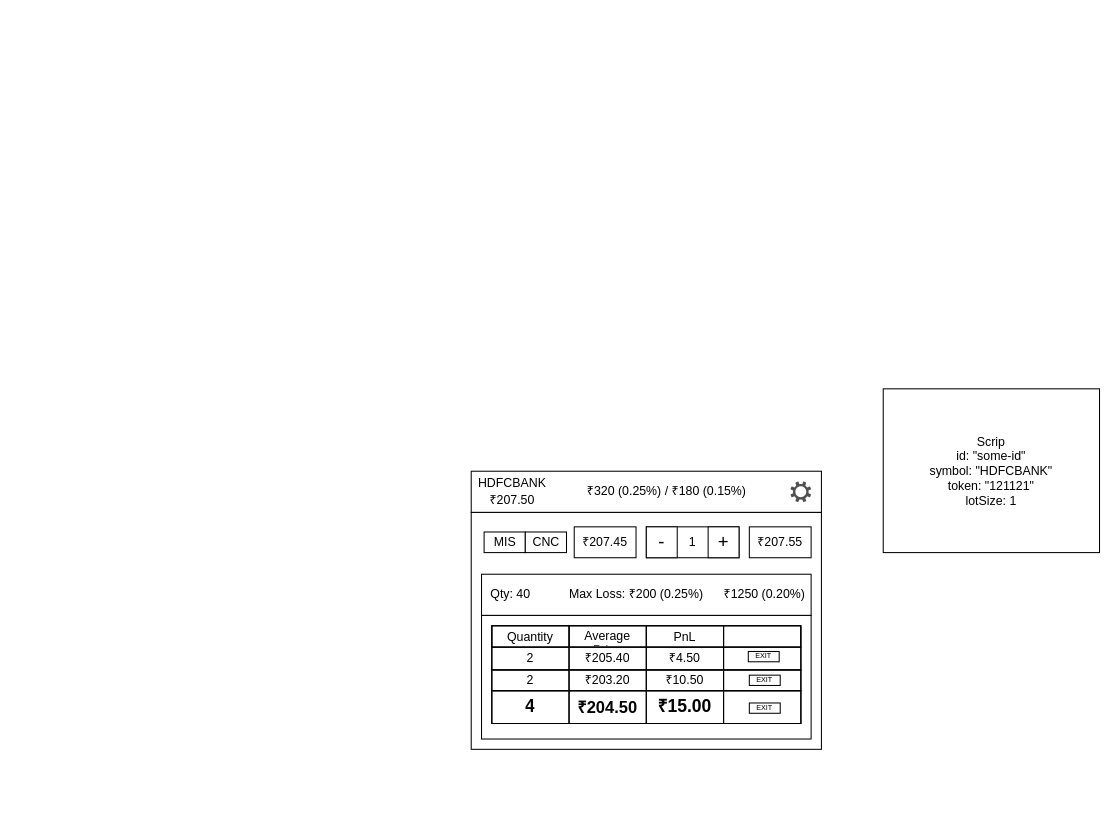
Earlier version of the draw.io diagram freely-busy.drawio (appsparkler/draw.io). Source tidied: cells renumbered, new cells numbered last; positions are measured from the earlier drawing's top-left corner, leaving out a move shared by most shapes. Both pictures are drawn from the tidied source at 103%, with x=0, y=0 at pixel (471, 388).
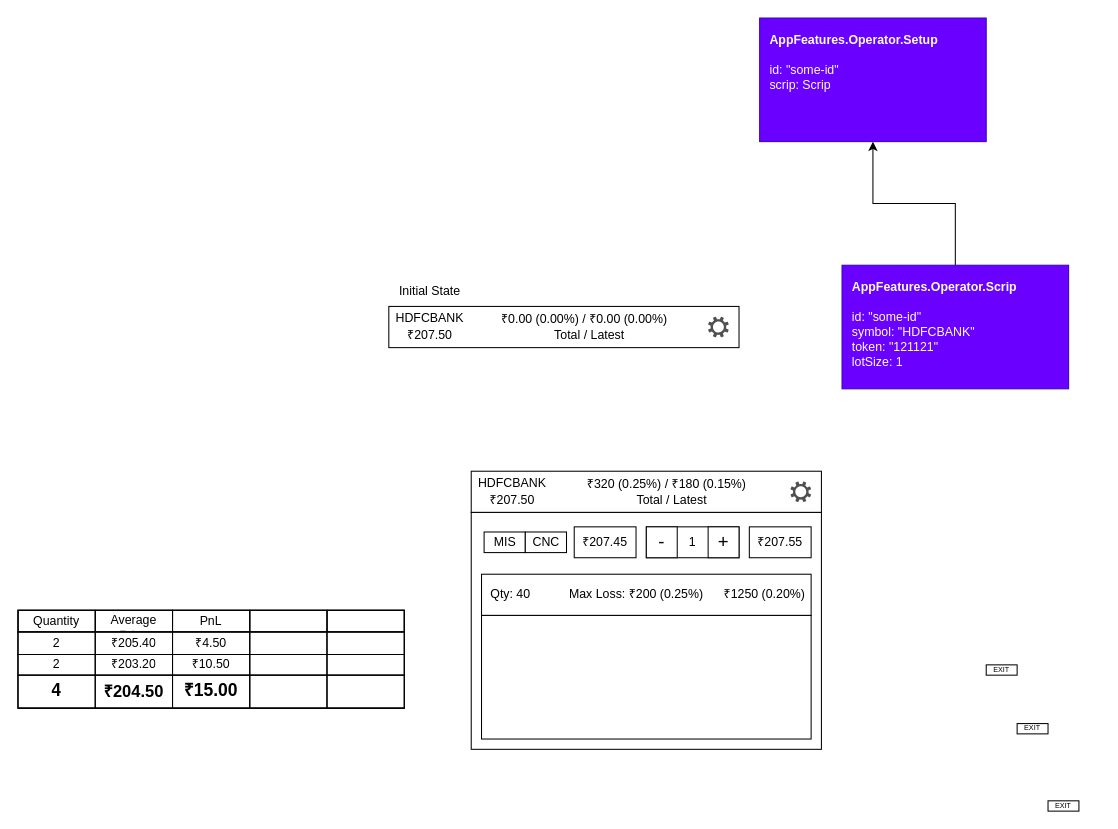
The same diagram, later.

The edit, as a diff of the source:
```diff
@@
     <mxCell id="5" value="&lt;span style=&quot;color: light-dark(rgb(0, 0, 0), rgb(0, 255, 128));&quot;&gt;₹320 (0.25%)&lt;/span&gt; &lt;span style=&quot;color: light-dark(rgb(0, 0, 0), rgb(153, 153, 153));&quot;&gt;/&lt;/span&gt; &lt;span style=&quot;color: light-dark(rgb(0, 0, 0), rgb(255, 0, 0));&quot;&gt;₹180 (0.15%)&lt;/span&gt;" style="text;html=1;whiteSpace=wrap;strokeColor=none;fillColor=none;align=center;verticalAlign=middle;rounded=0;" parent="1" vertex="1">
-      <mxGeometry x="100" y="90" width="180" height="20" as="geometry" />
+      <mxGeometry x="100" y="83" width="180" height="20" as="geometry" />
     </mxCell>
@@
     <mxCell id="20" style="shape=table;startSize=0;childLayout=tableLayout;fixedHeader=1;tableRender=collapsed;" parent="1" vertex="1">
-      <mxGeometry x="20" y="230" width="300" height="95" as="geometry" />
+      <mxGeometry x="-440" y="215" width="375" height="95" as="geometry" />
     </mxCell>
     <mxCell id="21" style="shape=tableRow;horizontal=0;startSize=0;swimlaneHead=0;swimlaneBody=0;strokeColor=inherit;fillColor=none;fixedHeader=1;" parent="20" vertex="1">
-      <mxGeometry width="300" height="21" as="geometry" />
+      <mxGeometry width="375" height="21" as="geometry" />
     </mxCell>
@@
+    <mxCell id="45" style="shape=partialRectangle;html=1;whiteSpace=wrap;strokeColor=inherit;overflow=hidden;fillColor=none;" parent="21" vertex="1">
+      <mxGeometry x="225" width="75" height="21" as="geometry" />
+    </mxCell>
     <mxCell id="25" style="shape=partialRectangle;html=1;whiteSpace=wrap;strokeColor=inherit;overflow=hidden;fillColor=none;" parent="21" vertex="1">
-      <mxGeometry x="225" width="75" height="21" as="geometry" />
+      <mxGeometry x="300" width="75" height="21" as="geometry" />
     </mxCell>
     <mxCell id="26" style="shape=tableRow;horizontal=0;startSize=0;swimlaneHead=0;swimlaneBody=0;strokeColor=inherit;fillColor=none;fixedHeader=1;" parent="20" vertex="1">
-      <mxGeometry y="21" width="300" height="22" as="geometry" />
+      <mxGeometry y="21" width="375" height="22" as="geometry" />
     </mxCell>
@@
+    <mxCell id="46" style="shape=partialRectangle;html=1;whiteSpace=wrap;strokeColor=inherit;overflow=hidden;fillColor=light-dark(#FFFFFF40,#3399FF);" parent="26" vertex="1">
+      <mxGeometry x="225" width="75" height="22" as="geometry" />
+    </mxCell>
     <mxCell id="30" style="shape=partialRectangle;html=1;whiteSpace=wrap;strokeColor=inherit;overflow=hidden;fillColor=light-dark(#FFFFFF40,#3399FF);" parent="26" vertex="1">
-      <mxGeometry x="225" width="75" height="22" as="geometry" />
+      <mxGeometry x="300" width="75" height="22" as="geometry" />
     </mxCell>
     <mxCell id="31" style="shape=tableRow;horizontal=0;startSize=0;swimlaneHead=0;swimlaneBody=0;strokeColor=inherit;fillColor=none;fixedHeader=1;" parent="20" vertex="1">
-      <mxGeometry y="43" width="300" height="20" as="geometry" />
+      <mxGeometry y="43" width="375" height="20" as="geometry" />
     </mxCell>
@@
+    <mxCell id="47" style="shape=partialRectangle;html=1;whiteSpace=wrap;strokeColor=inherit;overflow=hidden;fillColor=light-dark(#FFFFFF40,#3399FF);" parent="31" vertex="1">
+      <mxGeometry x="225" width="75" height="20" as="geometry" />
+    </mxCell>
     <mxCell id="35" style="shape=partialRectangle;html=1;whiteSpace=wrap;strokeColor=inherit;overflow=hidden;fillColor=light-dark(#FFFFFF40,#3399FF);" parent="31" vertex="1">
-      <mxGeometry x="225" width="75" height="20" as="geometry" />
+      <mxGeometry x="300" width="75" height="20" as="geometry" />
     </mxCell>
     <mxCell id="36" style="shape=tableRow;horizontal=0;startSize=0;swimlaneHead=0;swimlaneBody=0;strokeColor=inherit;fillColor=none;fixedHeader=1;" parent="20" vertex="1">
-      <mxGeometry y="63" width="300" height="32" as="geometry" />
+      <mxGeometry y="63" width="375" height="32" as="geometry" />
     </mxCell>
@@
+    <mxCell id="48" style="shape=partialRectangle;html=1;whiteSpace=wrap;strokeColor=inherit;overflow=hidden;fillColor=light-dark(#FFFFFF40,#3399FF);fontSize=17;fontStyle=1;" parent="36" vertex="1">
+      <mxGeometry x="225" width="75" height="32" as="geometry" />
+    </mxCell>
     <mxCell id="40" style="shape=partialRectangle;html=1;whiteSpace=wrap;strokeColor=inherit;overflow=hidden;fillColor=light-dark(#FFFFFF40,#3399FF);" parent="36" vertex="1">
-      <mxGeometry x="225" width="75" height="32" as="geometry" />
+      <mxGeometry x="300" width="75" height="32" as="geometry" />
     </mxCell>
     <mxCell id="41" value="EXIT" style="whiteSpace=wrap;html=1;fillColor=light-dark(#FFFFFF,#FF3333);fontSize=7;" parent="1" vertex="1">
-      <mxGeometry x="269" y="255" width="30" height="10" as="geometry" />
+      <mxGeometry x="500" y="268" width="30" height="10" as="geometry" />
     </mxCell>
     <mxCell id="42" value="EXIT" style="whiteSpace=wrap;html=1;fillColor=light-dark(#FFFFFF,#FF3333);fontSize=7;" parent="1" vertex="1">
-      <mxGeometry x="270" y="278" width="30" height="10" as="geometry" />
+      <mxGeometry x="530" y="325" width="30" height="10" as="geometry" />
     </mxCell>
     <mxCell id="43" value="EXIT" style="whiteSpace=wrap;html=1;fillColor=light-dark(#FFFFFF,#FF3333);fontSize=7;" parent="1" vertex="1">
-      <mxGeometry x="270" y="305" width="30" height="10" as="geometry" />
+      <mxGeometry x="560" y="400" width="30" height="10" as="geometry" />
     </mxCell>
+    <mxCell id="49" style="edgeStyle=orthogonalEdgeStyle;rounded=0;jettySize=auto;html=1;entryX=0.5;entryY=1;entryDx=0;entryDy=0;defaultLabelBackgroundColor=page;" parent="1" edge="1" source="44" target="50">
+      <mxGeometry relative="1" as="geometry" />
+    </mxCell>
-    <mxCell id="44" value="&lt;div&gt;Scrip&lt;/div&gt;id: &quot;some-id&quot;&lt;div&gt;symbol: &quot;HDFCBANK&quot;&lt;/div&gt;&lt;div&gt;token: &quot;121121&quot;&lt;/div&gt;lotSize: 1" style="whiteSpace=wrap;html=1;" parent="1" vertex="1">
-      <mxGeometry x="400" width="210" height="159" as="geometry" />
+    <mxCell id="44" value="&lt;div&gt;&lt;b&gt;AppFeatures.Operator.Scrip&lt;/b&gt;&lt;/div&gt;&lt;div&gt;&lt;br&gt;&lt;/div&gt;&lt;div&gt;id: &quot;some-id&quot;&lt;/div&gt;&lt;div&gt;symbol: &quot;HDFCBANK&quot;&lt;/div&gt;&lt;div&gt;token: &quot;121121&quot;&lt;/div&gt;lotSize: 1" style="whiteSpace=wrap;html=1;align=left;spacing=10;verticalAlign=top;fillColor=#6a00ff;strokeColor=#3700CC;fontColor=#ffffff;" parent="1" vertex="1">
+      <mxGeometry x="360" y="-120" width="220" height="120" as="geometry" />
     </mxCell>
+    <mxCell id="50" value="&lt;div&gt;&lt;b&gt;AppFeatures.Operator.Setup&lt;/b&gt;&lt;/div&gt;&lt;div&gt;&lt;br&gt;&lt;/div&gt;&lt;div&gt;id: &quot;some-id&quot;&lt;/div&gt;scrip: Scrip" style="whiteSpace=wrap;html=1;align=left;spacing=10;verticalAlign=top;fillColor=#6a00ff;strokeColor=#3700CC;fontColor=#ffffff;" parent="1" vertex="1">
+      <mxGeometry x="280" y="-360" width="220" height="120" as="geometry" />
+    </mxCell>
+    <mxCell id="51" value="&lt;span style=&quot;color: light-dark(rgb(0, 0, 0), rgb(128, 128, 128));&quot;&gt;Total&lt;/span&gt;&amp;nbsp;&lt;span style=&quot;color: light-dark(rgb(0, 0, 0), rgb(153, 153, 153));&quot;&gt;/&amp;nbsp;&lt;/span&gt;&lt;span style=&quot;color: light-dark(rgb(0, 0, 0), rgb(128, 128, 128));&quot;&gt;Latest&lt;/span&gt;" style="text;html=1;whiteSpace=wrap;strokeColor=none;fillColor=none;align=center;verticalAlign=middle;rounded=0;" parent="1" vertex="1">
+      <mxGeometry x="105" y="98" width="180" height="20" as="geometry" />
+    </mxCell>
+    <mxCell id="52" style="whiteSpace=wrap;html=1;" parent="1" vertex="1">
+      <mxGeometry x="-80" y="-80" width="340" height="40" as="geometry" />
+    </mxCell>
+    <mxCell id="53" value="HDFCBANK" style="text;html=1;whiteSpace=wrap;strokeColor=none;fillColor=none;align=center;verticalAlign=middle;rounded=0;" parent="1" vertex="1">
+      <mxGeometry x="-80" y="-78" width="80" height="20" as="geometry" />
+    </mxCell>
+    <mxCell id="54" value="₹207.50" style="text;html=1;whiteSpace=wrap;strokeColor=none;fillColor=none;align=center;verticalAlign=middle;rounded=0;fontColor=light-dark(#000000,#FF9933);" parent="1" vertex="1">
+      <mxGeometry x="-70" y="-62" width="60" height="20" as="geometry" />
+    </mxCell>
+    <mxCell id="55" value="&lt;span style=&quot;color: light-dark(rgb(0, 0, 0), rgb(128, 128, 128));&quot;&gt;₹0.00 (0.00%)&lt;/span&gt;&amp;nbsp;&lt;span style=&quot;color: light-dark(rgb(0, 0, 0), rgb(153, 153, 153));&quot;&gt;/&amp;nbsp;&lt;/span&gt;&lt;span style=&quot;color: light-dark(rgb(0, 0, 0), rgb(128, 128, 128));&quot;&gt;₹0.00 (0.00%)&lt;/span&gt;" style="text;html=1;whiteSpace=wrap;strokeColor=none;fillColor=none;align=center;verticalAlign=middle;rounded=0;" parent="1" vertex="1">
+      <mxGeometry x="20" y="-77" width="180" height="20" as="geometry" />
+    </mxCell>
+    <mxCell id="56" style="sketch=0;shadow=0;dashed=0;html=1;strokeColor=none;labelPosition=center;verticalLabelPosition=bottom;verticalAlign=top;align=center;fillColor=#505050;shape=mxgraph.mscae.enterprise.settings;labelPerimeter=1;" parent="1" vertex="1">
+      <mxGeometry x="230" y="-70" width="20" height="20" as="geometry" />
+    </mxCell>
+    <mxCell id="57" value="&lt;span style=&quot;color: light-dark(rgb(0, 0, 0), rgb(128, 128, 128));&quot;&gt;Total&lt;/span&gt;&amp;nbsp;&lt;span style=&quot;color: light-dark(rgb(0, 0, 0), rgb(153, 153, 153));&quot;&gt;/&amp;nbsp;&lt;/span&gt;&lt;span style=&quot;color: light-dark(rgb(0, 0, 0), rgb(128, 128, 128));&quot;&gt;Latest&lt;/span&gt;" style="text;html=1;whiteSpace=wrap;strokeColor=none;fillColor=none;align=center;verticalAlign=middle;rounded=0;" parent="1" vertex="1">
+      <mxGeometry x="25" y="-62" width="180" height="20" as="geometry" />
+    </mxCell>
+    <mxCell id="58" value="&lt;div&gt;Initial State&lt;/div&gt;" style="text;html=1;whiteSpace=wrap;strokeColor=none;fillColor=none;align=center;verticalAlign=middle;rounded=0;" parent="1" vertex="1">
+      <mxGeometry x="-80" y="-110" width="80" height="30" as="geometry" />
+    </mxCell>
```
